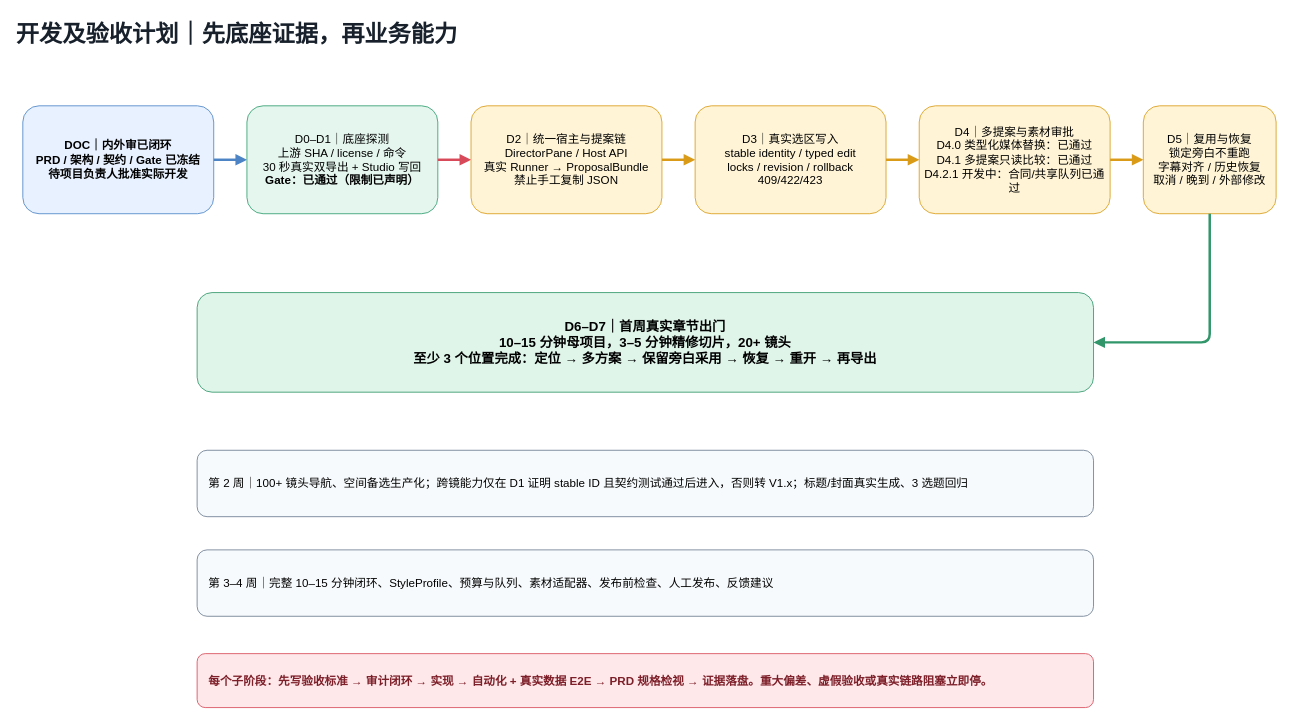
Before: page "05_开发计划" (5 of 7) of docs/Narralens-V1-Development-GAP.drawio in ljx418/Narralens, a draw.io diagram. Source tidied: cells renumbered, new cells numbered last; positions are measured from the earlier drawing's top-left corner, leaving out a move shared by most shapes. Both pictures are drawn from the tidied source at 83%, with x=0, y=0 at pixel (14, 14).
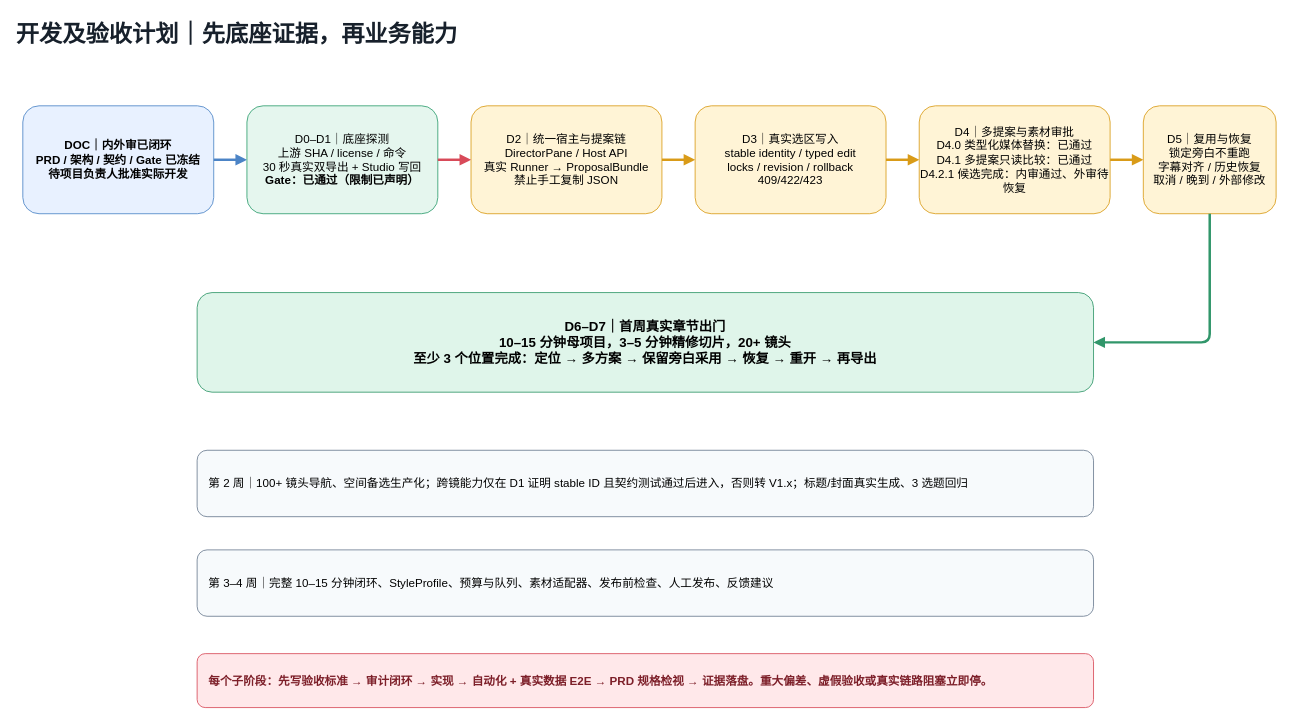
After the change.

Diff of the diagram source:
```diff
@@
 <mxGraphModel>
   <root>
     <mxCell id="0" />
     <mxCell id="1" parent="0" />
     <mxCell id="2" value="开发及验收计划｜先底座证据，再业务能力" style="text;html=1;fontSize=28;fontStyle=1;fontColor=#17202B;" parent="1" vertex="1">
       <mxGeometry width="1000" height="50" as="geometry" />
     </mxCell>
     <mxCell id="3" value="DOC｜内外审已闭环&lt;br&gt;PRD / 架构 / 契约 / Gate 已冻结&lt;br&gt;待项目负责人批准实际开发" style="rounded=1;whiteSpace=wrap;html=1;fillColor=#E8F1FF;strokeColor=#4C84C6;fontSize=14;fontStyle=1;" parent="1" vertex="1">
       <mxGeometry x="10" y="110" width="230" height="130" as="geometry" />
     </mxCell>
     <mxCell id="4" value="D0–D1｜底座探测&lt;br&gt;上游 SHA / license / 命令&lt;br&gt;30 秒真实双导出 + Studio 写回&lt;br&gt;&lt;b&gt;Gate：已通过（限制已声明）&lt;/b&gt;" style="rounded=1;whiteSpace=wrap;html=1;fillColor=#E5F6EE;strokeColor=#2E9D6E;fontSize=14;" parent="1" vertex="1">
       <mxGeometry x="280" y="110" width="230" height="130" as="geometry" />
     </mxCell>
     <mxCell id="5" value="D2｜统一宿主与提案链&lt;br&gt;DirectorPane / Host API&lt;br&gt;真实 Runner → ProposalBundle&lt;br&gt;禁止手工复制 JSON" style="rounded=1;whiteSpace=wrap;html=1;fillColor=#FFF4D6;strokeColor=#D99B18;fontSize=14;" parent="1" vertex="1">
       <mxGeometry x="550" y="110" width="230" height="130" as="geometry" />
     </mxCell>
     <mxCell id="6" value="D3｜真实选区写入&lt;br&gt;stable identity / typed edit&lt;br&gt;locks / revision / rollback&lt;br&gt;409/422/423" style="rounded=1;whiteSpace=wrap;html=1;fillColor=#FFF4D6;strokeColor=#D99B18;fontSize=14;" parent="1" vertex="1">
       <mxGeometry x="820" y="110" width="230" height="130" as="geometry" />
     </mxCell>
-    <mxCell id="7" value="D4｜多提案与素材审批&lt;br&gt;D4.0 类型化媒体替换：已通过&lt;br&gt;D4.1 多提案只读比较：已通过&lt;br&gt;D4.2.1 开发中：合同/共享队列已通过" style="rounded=1;whiteSpace=wrap;html=1;fillColor=#FFF4D6;strokeColor=#D99B18;fontSize=14;" parent="1" vertex="1">
+    <mxCell id="7" value="D4｜多提案与素材审批&lt;br&gt;D4.0 类型化媒体替换：已通过&lt;br&gt;D4.1 多提案只读比较：已通过&lt;br&gt;D4.2.1 候选完成：内审通过、外审待恢复" style="rounded=1;whiteSpace=wrap;html=1;fillColor=#FFF4D6;strokeColor=#D99B18;fontSize=14;" parent="1" vertex="1">
       <mxGeometry x="1090" y="110" width="230" height="130" as="geometry" />
     </mxCell>
     <mxCell id="8" value="D5｜复用与恢复&lt;br&gt;锁定旁白不重跑&lt;br&gt;字幕对齐 / 历史恢复&lt;br&gt;取消 / 晚到 / 外部修改" style="rounded=1;whiteSpace=wrap;html=1;fillColor=#FFF4D6;strokeColor=#D99B18;fontSize=14;" parent="1" vertex="1">
       <mxGeometry x="1360" y="110" width="160" height="130" as="geometry" />
     </mxCell>
     <mxCell id="9" style="edgeStyle=orthogonalEdgeStyle;html=1;strokeColor=#4C84C6;strokeWidth=3;endArrow=block;" parent="1" edge="1" source="3" target="4">
       <mxGeometry relative="1" as="geometry" />
     </mxCell>
     <mxCell id="10" style="edgeStyle=orthogonalEdgeStyle;html=1;strokeColor=#D84A59;strokeWidth=3;endArrow=block;" parent="1" edge="1" source="4" target="5">
       <mxGeometry relative="1" as="geometry" />
     </mxCell>
     <mxCell id="11" style="edgeStyle=orthogonalEdgeStyle;html=1;strokeColor=#D99B18;strokeWidth=3;endArrow=block;" parent="1" edge="1" source="5" target="6">
       <mxGeometry relative="1" as="geometry" />
     </mxCell>
     <mxCell id="12" style="edgeStyle=orthogonalEdgeStyle;html=1;strokeColor=#D99B18;strokeWidth=3;endArrow=block;" parent="1" edge="1" source="6" target="7">
       <mxGeometry relative="1" as="geometry" />
     </mxCell>
     <mxCell id="13" style="edgeStyle=orthogonalEdgeStyle;html=1;strokeColor=#D99B18;strokeWidth=3;endArrow=block;" parent="1" edge="1" source="7" target="8">
       <mxGeometry relative="1" as="geometry" />
     </mxCell>
     <mxCell id="14" value="D6–D7｜首周真实章节出门&lt;br&gt;10–15 分钟母项目，3–5 分钟精修切片，20+ 镜头&lt;br&gt;至少 3 个位置完成：定位 → 多方案 → 保留旁白采用 → 恢复 → 重开 → 再导出" style="rounded=1;whiteSpace=wrap;html=1;fillColor=#DFF5EA;strokeColor=#31966A;fontSize=16;fontStyle=1;" parent="1" vertex="1">
       <mxGeometry x="220" y="335" width="1080" height="120" as="geometry" />
     </mxCell>
     <mxCell id="15" style="edgeStyle=orthogonalEdgeStyle;html=1;strokeColor=#31966A;strokeWidth=3;endArrow=block;exitX=0.5;exitY=1;entryX=1;entryY=0.5;" parent="1" edge="1" source="8" target="14">
       <mxGeometry relative="1" as="geometry" />
     </mxCell>
     <mxCell id="16" value="第 2 周｜100+ 镜头导航、空间备选生产化；跨镜能力仅在 D1 证明 stable ID 且契约测试通过后进入，否则转 V1.x；标题/封面真实生成、3 选题回归" style="rounded=1;whiteSpace=wrap;html=1;fillColor=#F7FAFC;strokeColor=#6B7C90;fontSize=14;align=left;spacing=14;" parent="1" vertex="1">
       <mxGeometry x="220" y="525" width="1080" height="80" as="geometry" />
     </mxCell>
     <mxCell id="17" value="第 3–4 周｜完整 10–15 分钟闭环、StyleProfile、预算与队列、素材适配器、发布前检查、人工发布、反馈建议" style="rounded=1;whiteSpace=wrap;html=1;fillColor=#F7FAFC;strokeColor=#6B7C90;fontSize=14;align=left;spacing=14;" parent="1" vertex="1">
       <mxGeometry x="220" y="645" width="1080" height="80" as="geometry" />
     </mxCell>
     <mxCell id="18" value="每个子阶段：先写验收标准 → 审计闭环 → 实现 → 自动化 + 真实数据 E2E → PRD 规格检视 → 证据落盘。重大偏差、虚假验收或真实链路阻塞立即停。" style="rounded=1;whiteSpace=wrap;html=1;fillColor=#FFE8EA;strokeColor=#D84A59;fontColor=#7D1F29;fontSize=14;fontStyle=1;align=left;spacing=14;" parent="1" vertex="1">
       <mxGeometry x="220" y="770" width="1080" height="65" as="geometry" />
     </mxCell>
   </root>
 </mxGraphModel>
```
